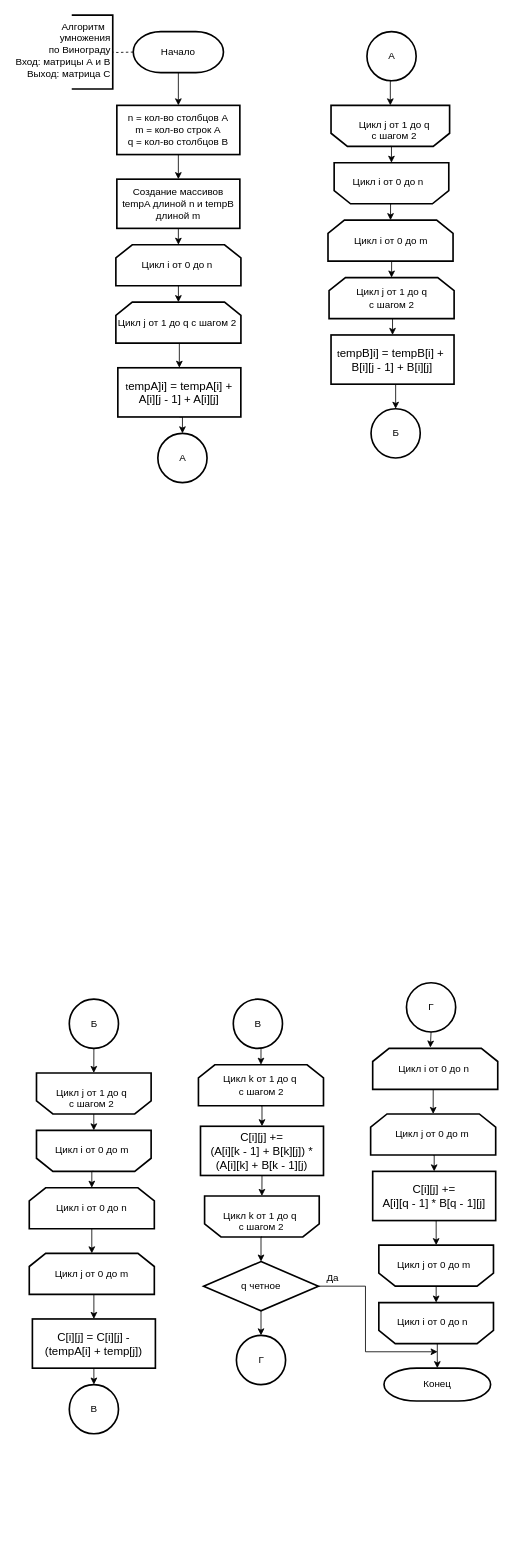
Before: page "винограда" (2 of 3) of lab_02/matrix.drawio in kpirap18/BMSTU-AA-sem5, a draw.io diagram. Source tidied: cells renumbered, new cells numbered last; positions are measured from the earlier drawing's top-left corner, leaving out a move shared by most shapes. Both pictures are drawn from the tidied source at 82%, with x=0, y=0 at pixel (14, 15).
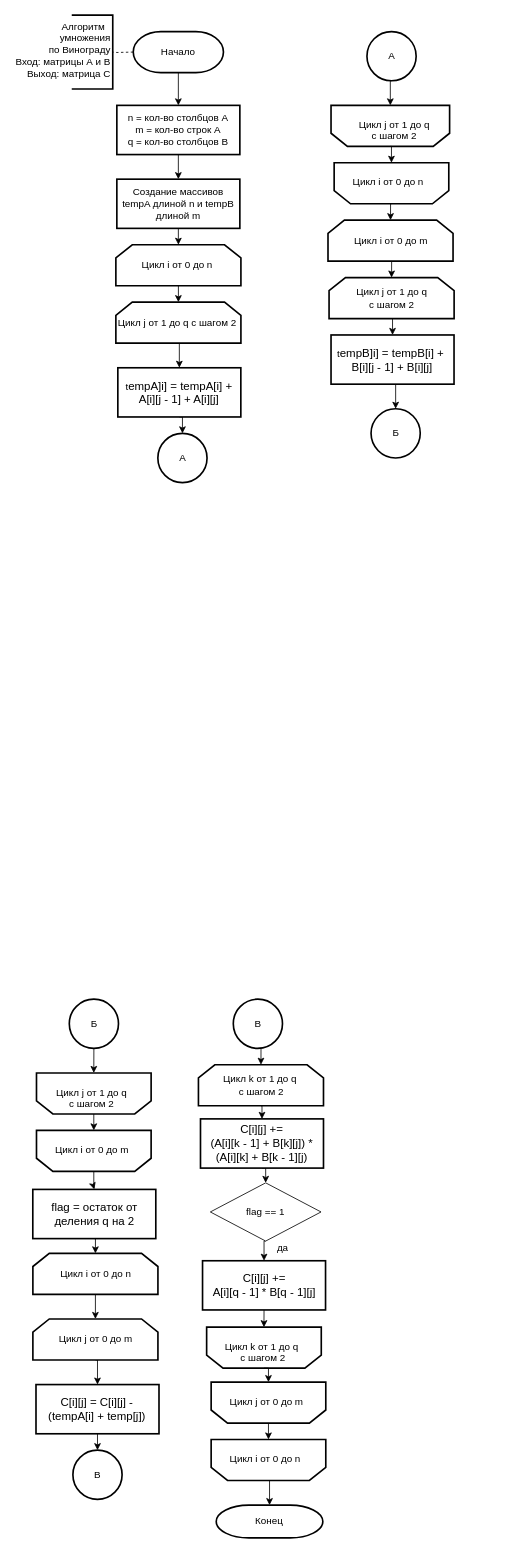
The same page after the edit.

The change refers to these unchanged cells:
```xml
<mxCell id="42" style="shape=loopLimit;whiteSpace=wrap;html=1;strokeWidth=2;rotation=-180;" parent="41" vertex="1">
  <mxGeometry width="139.8" height="50" as="geometry" />
</mxCell>
<mxCell id="61" style="shape=loopLimit;whiteSpace=wrap;html=1;strokeWidth=2;rotation=-180;" parent="60" vertex="1">
  <mxGeometry width="139.8" height="50" as="geometry" />
</mxCell>
<mxCell id="79" style="shape=loopLimit;whiteSpace=wrap;html=1;strokeWidth=2;rotation=-180;" parent="78" vertex="1">
  <mxGeometry width="139.8" height="50" as="geometry" />
</mxCell>
```

What changed in the source:
```diff
@@
     <mxCell id="45" value="Цикл i от 0 до n" style="shape=loopLimit;whiteSpace=wrap;html=1;strokeWidth=2;" parent="1" vertex="1">
-      <mxGeometry x="18.2" y="1430" width="152.5" height="50" as="geometry" />
+      <mxGeometry x="22.6" y="1510" width="152.5" height="50" as="geometry" />
     </mxCell>
@@
     <mxCell id="47" value="Цикл j от 0 до m" style="shape=loopLimit;whiteSpace=wrap;html=1;strokeWidth=2;" parent="1" vertex="1">
-      <mxGeometry x="18.2" y="1510" width="152.5" height="50" as="geometry" />
+      <mxGeometry x="22.6" y="1590" width="152.5" height="50" as="geometry" />
     </mxCell>
@@
     <mxCell id="49" value="&lt;font style=&quot;font-size: 14px&quot;&gt;C[i][j] = C[i][j] - &lt;br&gt;(tempA[i] + temp[j])&lt;/font&gt;" style="rounded=0;whiteSpace=wrap;html=1;strokeWidth=2;" parent="1" vertex="1">
-      <mxGeometry x="22" y="1590" width="150" height="60" as="geometry" />
+      <mxGeometry x="26.4" y="1670" width="150" height="60" as="geometry" />
     </mxCell>
     <mxCell id="50" style="group;" parent="1" vertex="1">
-      <mxGeometry x="67" y="1670" width="60" height="60" as="geometry" />
+      <mxGeometry x="71.4" y="1750" width="60" height="60" as="geometry" />
     </mxCell>
@@
-    <mxCell id="58" style="edgeStyle=orthogonalEdgeStyle;rounded=0;jettySize=auto;html=1;exitX=0.5;exitY=1;exitDx=0;exitDy=0;entryX=0.5;entryY=1;entryDx=0;entryDy=0;endArrow=classic;endFill=1;" parent="1" edge="1" source="59" target="61">
-      <mxGeometry relative="1" as="geometry" />
-    </mxCell>
+    <mxCell id="100" style="edgeStyle=orthogonalEdgeStyle;rounded=0;jettySize=auto;html=1;exitX=0.5;exitY=1;exitDx=0;exitDy=0;entryX=0.5;entryY=0;entryDx=0;entryDy=0;" parent="1" edge="1" source="59" target="106">
+      <mxGeometry relative="1" as="geometry" />
+    </mxCell>
     <mxCell id="59" value="&lt;font style=&quot;font-size: 14px&quot;&gt;C[i][j] += &lt;br&gt;(A[i][k - 1] + B[k][j]) *&lt;br&gt;(A[i][k] + B[k - 1][j)&lt;/font&gt;" style="rounded=0;whiteSpace=wrap;html=1;strokeWidth=2;" parent="1" vertex="1">
-      <mxGeometry x="227" y="1355" width="150" height="60" as="geometry" />
+      <mxGeometry x="227" y="1346" width="150" height="60" as="geometry" />
     </mxCell>
     <mxCell id="60" style="group;" parent="1" vertex="1">
-      <mxGeometry x="232" y="1440" width="145" height="50" as="geometry" />
+      <mxGeometry x="234.5" y="1600" width="145" height="50" as="geometry" />
     </mxCell>
@@
-    <mxCell id="63" style="edgeStyle=orthogonalEdgeStyle;rounded=0;jettySize=auto;html=1;exitX=0.5;exitY=1;exitDx=0;exitDy=0;entryX=0.5;entryY=0;entryDx=0;entryDy=0;entryPerimeter=0;endArrow=classic;endFill=1;" parent="1" edge="1" source="65" target="67">
-      <mxGeometry relative="1" as="geometry" />
-    </mxCell>
-    <mxCell id="64" style="edgeStyle=orthogonalEdgeStyle;rounded=0;jettySize=auto;html=1;exitX=1;exitY=0.5;exitDx=0;exitDy=0;endArrow=classic;endFill=1;" parent="1" edge="1" source="65">
-      <mxGeometry relative="1" as="geometry">
-        <mxPoint x="516.2" y="1630" as="targetPoint" />
-        <Array as="points">
-          <mxPoint x="428.2" y="1550" />
-          <mxPoint x="428.2" y="1630" />
-          <mxPoint x="516.2" y="1630" />
-        </Array>
-      </mxGeometry>
-    </mxCell>
-    <mxCell id="65" value="q четное" style="rhombus;whiteSpace=wrap;html=1;strokeWidth=2;" parent="1" vertex="1">
-      <mxGeometry x="230.8" y="1520" width="140" height="60" as="geometry" />
-    </mxCell>
-    <mxCell id="66" style="group;" parent="1" vertex="1">
-      <mxGeometry x="270.8" y="1610" width="60" height="60" as="geometry" />
-    </mxCell>
-    <mxCell id="67" style="verticalLabelPosition=bottom;verticalAlign=top;html=1;shape=mxgraph.flowchart.on-page_reference;strokeWidth=2;" parent="66" vertex="1">
-      <mxGeometry width="60" height="60" as="geometry" />
-    </mxCell>
-    <mxCell id="68" value="Г" style="text;html=1;align=center;verticalAlign=middle;" parent="66" vertex="1">
-      <mxGeometry x="20" y="20" width="20" height="20" as="geometry" />
-    </mxCell>
-    <mxCell id="69" style="group;" parent="1" vertex="1">
-      <mxGeometry x="478.2" y="1180" width="60" height="60" as="geometry" />
-    </mxCell>
-    <mxCell id="70" style="verticalLabelPosition=bottom;verticalAlign=top;html=1;shape=mxgraph.flowchart.on-page_reference;strokeWidth=2;" parent="69" vertex="1">
-      <mxGeometry width="60" height="60" as="geometry" />
-    </mxCell>
-    <mxCell id="71" value="Г" style="text;html=1;align=center;verticalAlign=middle;" parent="69" vertex="1">
-      <mxGeometry x="20" y="20" width="20" height="20" as="geometry" />
-    </mxCell>
-    <mxCell id="72" style="edgeStyle=orthogonalEdgeStyle;rounded=0;jettySize=auto;html=1;exitX=0.5;exitY=1;exitDx=0;exitDy=0;entryX=0.5;entryY=0;entryDx=0;entryDy=0;endArrow=classic;endFill=1;" parent="1" edge="1" source="73" target="75">
-      <mxGeometry relative="1" as="geometry" />
-    </mxCell>
-    <mxCell id="73" value="Цикл i от 0 до n&amp;nbsp;" style="shape=loopLimit;whiteSpace=wrap;html=1;strokeWidth=2;" parent="1" vertex="1">
-      <mxGeometry x="437" y="1260" width="152.5" height="50" as="geometry" />
-    </mxCell>
-    <mxCell id="74" style="edgeStyle=orthogonalEdgeStyle;rounded=0;jettySize=auto;html=1;exitX=0.5;exitY=1;exitDx=0;exitDy=0;entryX=0.5;entryY=0;entryDx=0;entryDy=0;endArrow=classic;endFill=1;" parent="1" edge="1" source="75" target="77">
-      <mxGeometry relative="1" as="geometry" />
-    </mxCell>
-    <mxCell id="75" value="Цикл j от 0 до m&amp;nbsp;" style="shape=loopLimit;whiteSpace=wrap;html=1;strokeWidth=2;" parent="1" vertex="1">
-      <mxGeometry x="434.5" y="1340" width="152.5" height="50" as="geometry" />
-    </mxCell>
-    <mxCell id="76" style="edgeStyle=orthogonalEdgeStyle;rounded=0;jettySize=auto;html=1;exitX=0.5;exitY=1;exitDx=0;exitDy=0;entryX=0.5;entryY=1;entryDx=0;entryDy=0;endArrow=classic;endFill=1;" parent="1" edge="1" source="77" target="79">
-      <mxGeometry relative="1" as="geometry" />
-    </mxCell>
+    <mxCell id="101" style="edgeStyle=orthogonalEdgeStyle;rounded=0;jettySize=auto;html=1;exitX=0.5;exitY=1;exitDx=0;exitDy=0;entryX=0.5;entryY=1;entryDx=0;entryDy=0;" parent="1" edge="1" source="77" target="61">
+      <mxGeometry relative="1" as="geometry" />
+    </mxCell>
     <mxCell id="77" value="&lt;font style=&quot;font-size: 14px&quot;&gt;C[i][j] +=&lt;br&gt;A[i][q - 1] * B[q - 1][j]&lt;/font&gt;" style="rounded=0;whiteSpace=wrap;html=1;strokeWidth=2;" parent="1" vertex="1">
-      <mxGeometry x="437" y="1410" width="150" height="60" as="geometry" />
+      <mxGeometry x="229.5" y="1519" width="150" height="60" as="geometry" />
     </mxCell>
     <mxCell id="78" style="group;" parent="1" vertex="1">
-      <mxGeometry x="444.5" y="1500" width="145" height="50" as="geometry" />
+      <mxGeometry x="240" y="1667" width="145" height="50" as="geometry" />
     </mxCell>
@@
     <mxCell id="81" style="group;" parent="1" vertex="1">
-      <mxGeometry x="444.5" y="1570" width="145" height="50" as="geometry" />
+      <mxGeometry x="240" y="1737" width="145" height="50" as="geometry" />
     </mxCell>
@@
     <mxCell id="84" value="Конец" style="strokeWidth=2;html=1;shape=mxgraph.flowchart.terminator;whiteSpace=wrap;" parent="1" vertex="1">
-      <mxGeometry x="450.8" y="1650" width="130" height="40" as="geometry" />
+      <mxGeometry x="246.2" y="1817" width="130" height="40" as="geometry" />
     </mxCell>
@@
-    <mxCell id="93" style="edgeStyle=orthogonalEdgeStyle;rounded=0;jettySize=auto;html=1;exitX=0.5;exitY=0;exitDx=0;exitDy=0;entryX=0.5;entryY=0;entryDx=0;entryDy=0;endArrow=classic;endFill=1;" parent="1" edge="1" source="42" target="45">
-      <mxGeometry relative="1" as="geometry" />
-    </mxCell>
@@
-    <mxCell id="95" style="edgeStyle=orthogonalEdgeStyle;rounded=0;jettySize=auto;html=1;exitX=0.5;exitY=0;exitDx=0;exitDy=0;entryX=0.5;entryY=0;entryDx=0;entryDy=0;endArrow=classic;endFill=1;" parent="1" edge="1" source="61" target="65">
-      <mxGeometry relative="1" as="geometry" />
-    </mxCell>
@@
-    <mxCell id="98" style="edgeStyle=orthogonalEdgeStyle;rounded=0;jettySize=auto;html=1;exitX=0.5;exitY=1;exitDx=0;exitDy=0;exitPerimeter=0;entryX=0.461;entryY=-0.02;entryDx=0;entryDy=0;entryPerimeter=0;endArrow=classic;endFill=1;" parent="1" edge="1" source="70" target="73">
-      <mxGeometry relative="1" as="geometry" />
-    </mxCell>
-    <mxCell id="99" value="Да" style="text;html=1;align=center;verticalAlign=middle;" parent="1" vertex="1">
-      <mxGeometry x="373.2" y="1530" width="30" height="20" as="geometry" />
-    </mxCell>
+    <mxCell id="102" style="edgeStyle=orthogonalEdgeStyle;rounded=0;jettySize=auto;html=1;exitX=0.5;exitY=1;exitDx=0;exitDy=0;entryX=0.5;entryY=0;entryDx=0;entryDy=0;" parent="1" edge="1" source="103" target="45">
+      <mxGeometry relative="1" as="geometry" />
+    </mxCell>
+    <mxCell id="103" value="&lt;span style=&quot;font-size: 14px&quot;&gt;flag = остаток от деления q на 2&lt;/span&gt;" style="rounded=0;whiteSpace=wrap;html=1;strokeWidth=2;" parent="1" vertex="1">
+      <mxGeometry x="22.5" y="1432" width="150" height="60" as="geometry" />
+    </mxCell>
+    <mxCell id="104" style="edgeStyle=orthogonalEdgeStyle;rounded=0;jettySize=auto;html=1;exitX=0.5;exitY=0;exitDx=0;exitDy=0;" parent="1" edge="1" source="42" target="103">
+      <mxGeometry relative="1" as="geometry" />
+    </mxCell>
+    <mxCell id="105" style="edgeStyle=orthogonalEdgeStyle;rounded=0;jettySize=auto;html=1;exitX=0.5;exitY=1;exitDx=0;exitDy=0;entryX=0.5;entryY=0;entryDx=0;entryDy=0;" parent="1" edge="1" source="106" target="77">
+      <mxGeometry relative="1" as="geometry" />
+    </mxCell>
+    <mxCell id="106" value="flag == 1" style="rhombus;whiteSpace=wrap;html=1;" parent="1" vertex="1">
+      <mxGeometry x="239" y="1424" width="135" height="71" as="geometry" />
+    </mxCell>
+    <mxCell id="107" value="да" style="text;html=1;align=center;verticalAlign=middle;" parent="1" vertex="1">
+      <mxGeometry x="315" y="1495" width="24" height="18" as="geometry" />
+    </mxCell>
+    <mxCell id="108" style="edgeStyle=orthogonalEdgeStyle;rounded=0;jettySize=auto;html=1;exitX=0.5;exitY=0;exitDx=0;exitDy=0;entryX=0.5;entryY=1;entryDx=0;entryDy=0;" parent="1" edge="1" source="61" target="79">
+      <mxGeometry relative="1" as="geometry" />
+    </mxCell>
```
